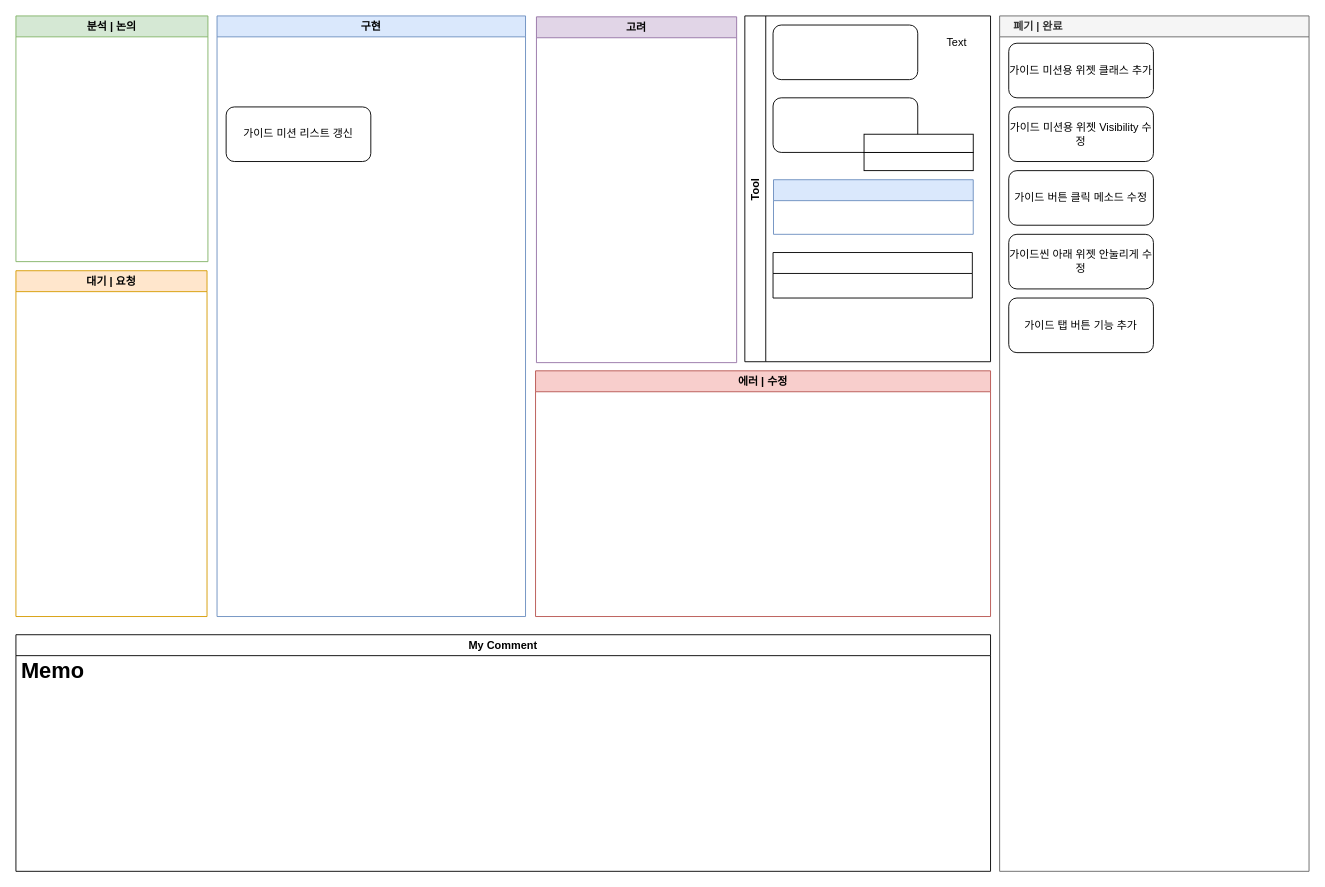
Before: 가이드미션 진행상황.drawio in Endorr/Job-Board, a draw.io diagram. Source tidied: cells renumbered, new cells numbered last; positions are measured from the earlier drawing's top-left corner, leaving out a move shared by most shapes. Both pictures are drawn from the tidied source at 91%, with x=0, y=0 at pixel (15, 15).
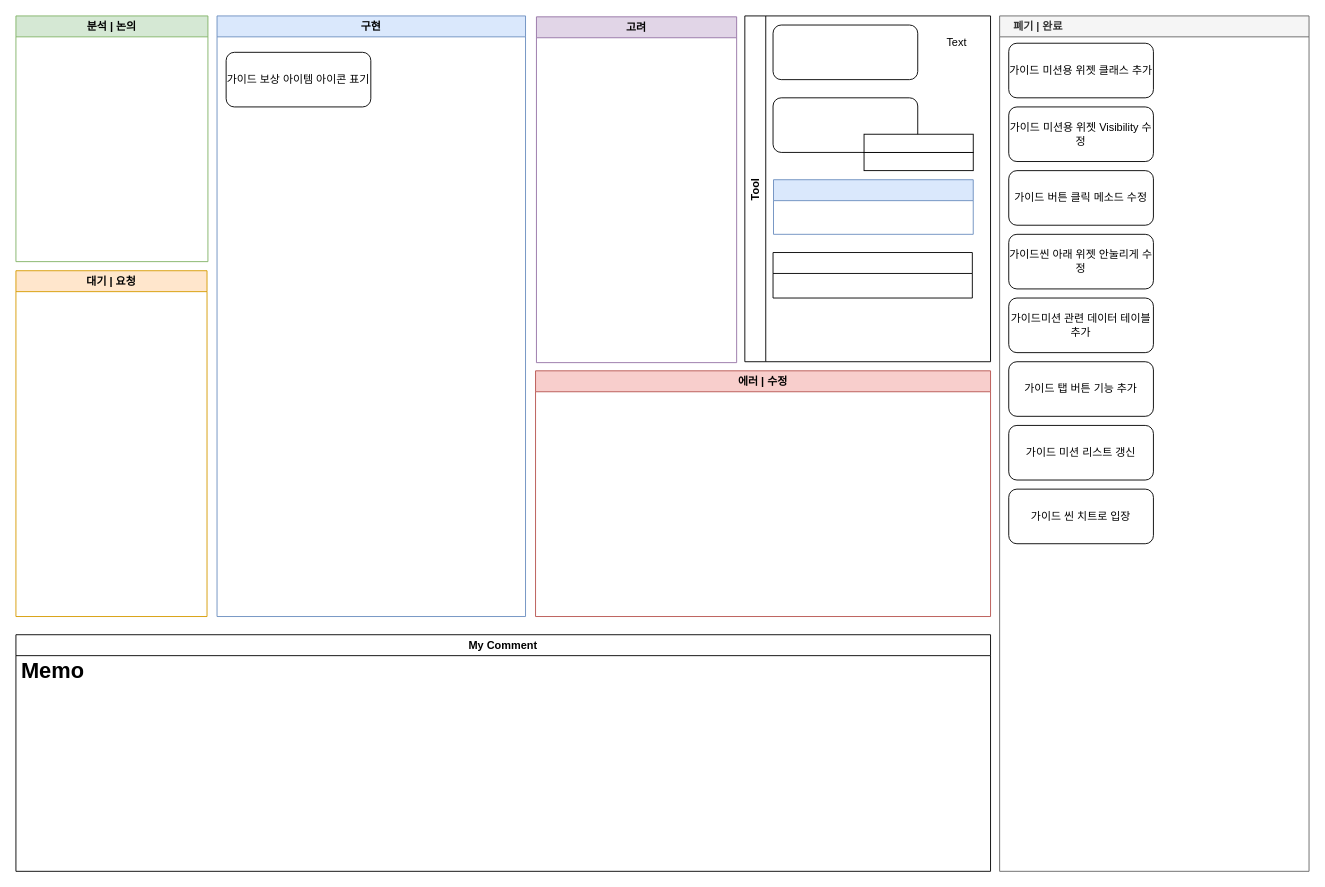
Above is the later version.

Commit message:
Update 가이드미션 진행상황.drawio

The change refers to these unchanged cells:
```xml
<mxCell id="2" value="구현" style="swimlane;fillColor=#dae8fc;strokeColor=#6c8ebf;" parent="1" vertex="1">
  <mxGeometry x="221" width="339" height="660" as="geometry" />
</mxCell>
<mxCell id="8" value="    폐기 | 완료" style="swimlane;strokeColor=#666666;fillColor=#f5f5f5;fontColor=#333333;align=left;" parent="1" vertex="1">
  <mxGeometry x="1081" width="340" height="940" as="geometry" />
</mxCell>
```

What changed in the source:
```diff
@@
-    <mxCell id="3" value="가이드 미션 리스트 갱신" style="rounded=1;whiteSpace=wrap;html=1;" parent="2" vertex="1">
-      <mxGeometry x="10" y="100" width="159" height="60" as="geometry" />
-    </mxCell>
+    <mxCell id="25" value="가이드 보상 아이템 아이콘 표기" style="rounded=1;whiteSpace=wrap;html=1;" parent="2" vertex="1">
+      <mxGeometry x="10" y="40" width="159" height="60" as="geometry" />
+    </mxCell>
@@
     <mxCell id="13" value="가이드 탭 버튼 기능 추가" style="rounded=1;whiteSpace=wrap;html=1;" parent="8" vertex="1">
-      <mxGeometry x="10" y="310" width="159" height="60" as="geometry" />
+      <mxGeometry x="10" y="380" width="159" height="60" as="geometry" />
     </mxCell>
+    <mxCell id="3" value="가이드 미션 리스트 갱신" style="rounded=1;whiteSpace=wrap;html=1;" parent="8" vertex="1">
+      <mxGeometry x="10" y="450" width="159" height="60" as="geometry" />
+    </mxCell>
+    <mxCell id="26" value="가이드 씬 치트로 입장" style="rounded=1;whiteSpace=wrap;html=1;" parent="8" vertex="1">
+      <mxGeometry x="10" y="520" width="159" height="60" as="geometry" />
+    </mxCell>
+    <mxCell id="27" value="가이드미션 관련 데이터 테이블 추가" style="rounded=1;whiteSpace=wrap;html=1;" parent="8" vertex="1">
+      <mxGeometry x="10" y="310" width="159" height="60" as="geometry" />
+    </mxCell>
```
